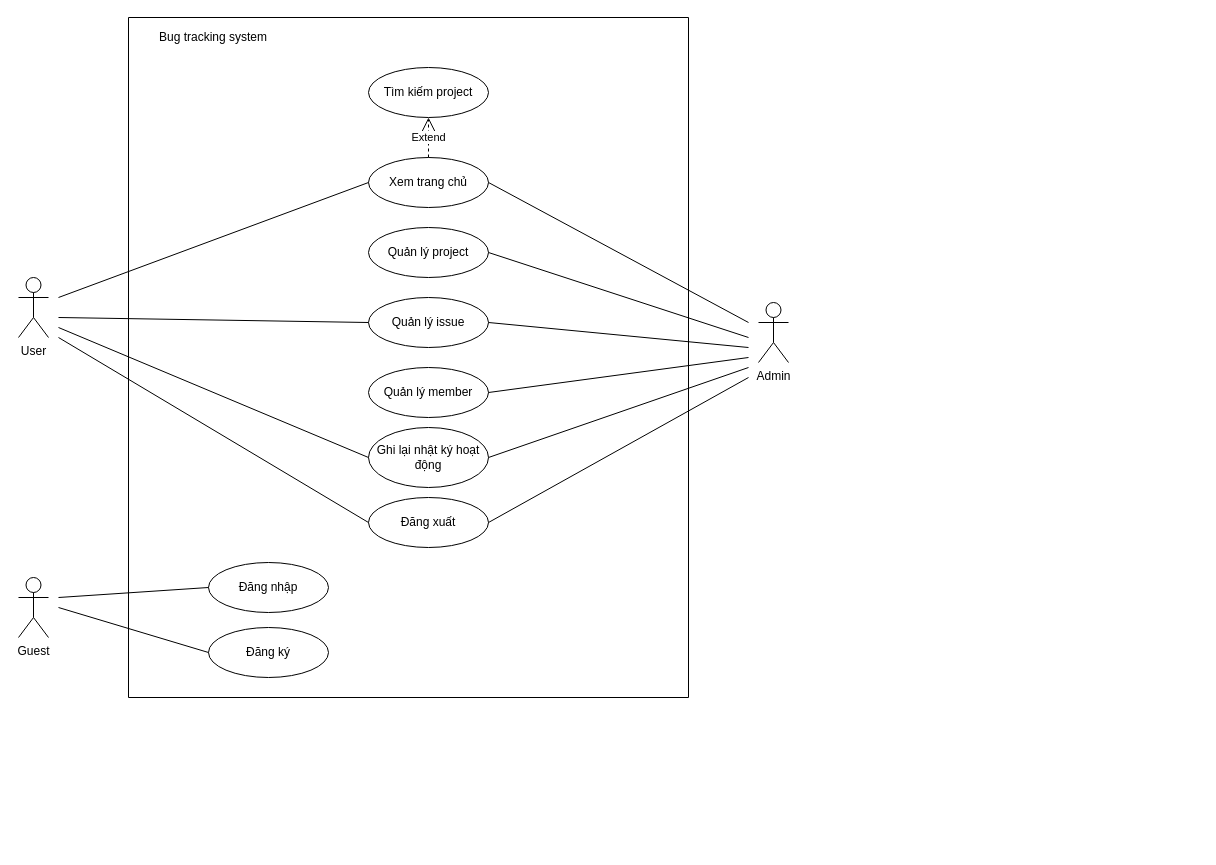
Before: page "Page-1" (1 of 4) of Untitled Diagram.drawio in NightFury712/Demo-Project-2, a draw.io diagram. Source tidied: cells renumbered, new cells numbered last; positions are measured from the earlier drawing's top-left corner, leaving out a move shared by most shapes. Both pictures are drawn from the tidied source at 100%, with x=0, y=0 at pixel (18, 17).
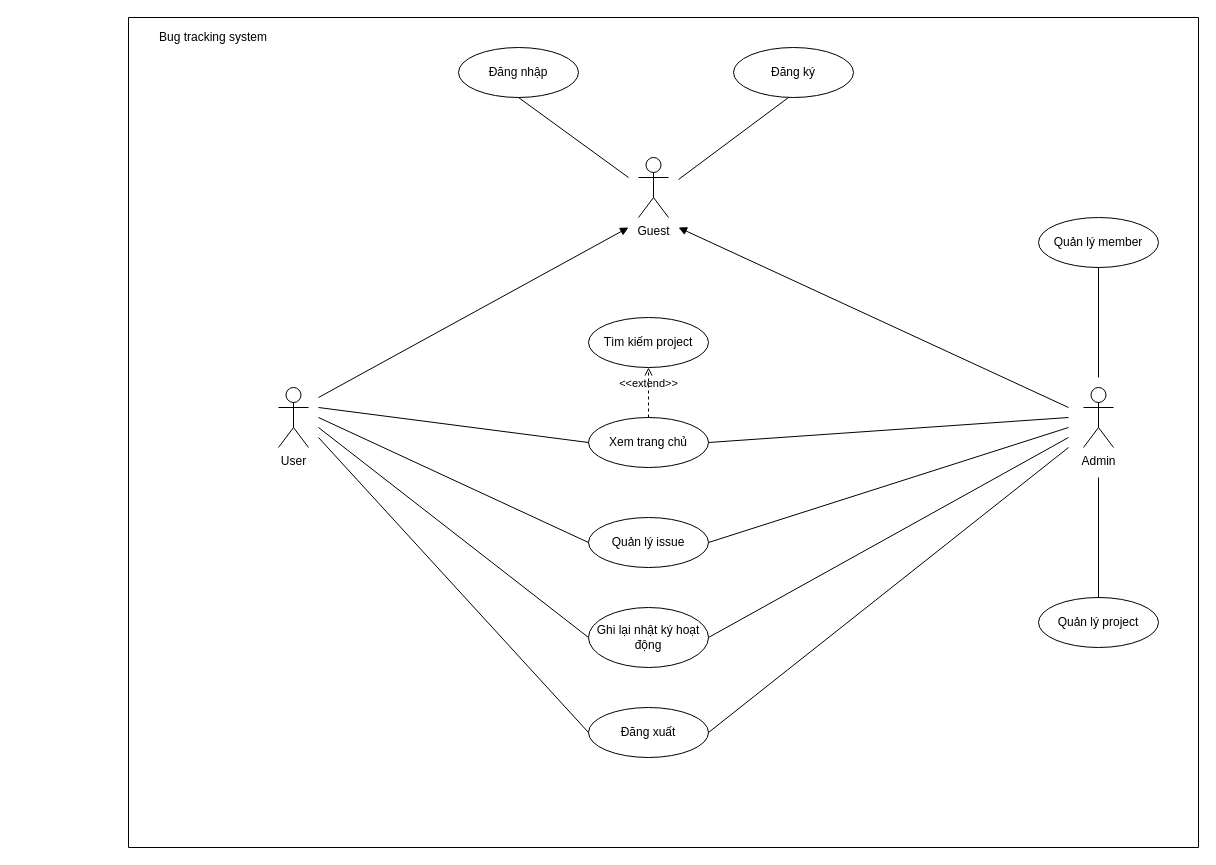
Above is the later version.

Change to the diagram source:
```diff
@@
-    <mxCell id="2" value="Guest" style="shape=umlActor;verticalLabelPosition=bottom;verticalAlign=top;html=1;" parent="1" vertex="1">
-      <mxGeometry y="560" width="30" height="60" as="geometry" />
-    </mxCell>
     <mxCell id="3" style="swimlane;startSize=0;" parent="1" vertex="1">
-      <mxGeometry x="110" width="560" height="680" as="geometry" />
+      <mxGeometry x="110" width="1070" height="830" as="geometry" />
     </mxCell>
     <mxCell id="4" value="Đăng ký" style="ellipse;whiteSpace=wrap;html=1;" parent="3" vertex="1">
-      <mxGeometry x="80" y="610" width="120" height="50" as="geometry" />
+      <mxGeometry x="605" y="30" width="120" height="50" as="geometry" />
     </mxCell>
     <mxCell id="5" value="Đăng nhập" style="ellipse;whiteSpace=wrap;html=1;" parent="3" vertex="1">
-      <mxGeometry x="80" y="545" width="120" height="50" as="geometry" />
+      <mxGeometry x="330" y="30" width="120" height="50" as="geometry" />
     </mxCell>
     <mxCell id="6" value="Quản lý project" style="ellipse;whiteSpace=wrap;html=1;" parent="3" vertex="1">
-      <mxGeometry x="240" y="210" width="120" height="50" as="geometry" />
+      <mxGeometry x="910" y="580" width="120" height="50" as="geometry" />
     </mxCell>
     <mxCell id="7" value="Quản lý issue" style="ellipse;whiteSpace=wrap;html=1;" parent="3" vertex="1">
-      <mxGeometry x="240" y="280" width="120" height="50" as="geometry" />
+      <mxGeometry x="460" y="500" width="120" height="50" as="geometry" />
     </mxCell>
     <mxCell id="8" value="Quản lý member" style="ellipse;whiteSpace=wrap;html=1;" parent="3" vertex="1">
-      <mxGeometry x="240" y="350" width="120" height="50" as="geometry" />
+      <mxGeometry x="910" y="200" width="120" height="50" as="geometry" />
     </mxCell>
     <mxCell id="9" value="Tìm kiếm project" style="ellipse;whiteSpace=wrap;html=1;" parent="3" vertex="1">
-      <mxGeometry x="240" y="50" width="120" height="50" as="geometry" />
+      <mxGeometry x="460" y="300" width="120" height="50" as="geometry" />
     </mxCell>
     <mxCell id="10" value="Xem trang chủ" style="ellipse;whiteSpace=wrap;html=1;" parent="3" vertex="1">
-      <mxGeometry x="240" y="140" width="120" height="50" as="geometry" />
+      <mxGeometry x="460" y="400" width="120" height="50" as="geometry" />
     </mxCell>
-    <mxCell id="11" value="Extend" style="endArrow=open;endSize=12;dashed=1;html=1;entryX=0.5;entryY=1;entryDx=0;entryDy=0;" parent="3" edge="1" source="10" target="9">
-      <mxGeometry relative="1" as="geometry" />
-    </mxCell>
-    <mxCell id="12" style="endArrow=none;html=1;exitX=1;exitY=0.5;exitDx=0;exitDy=0;" parent="3" edge="1" source="6">
-      <mxGeometry relative="1" as="geometry">
-        <mxPoint x="620" y="320" as="targetPoint" />
-      </mxGeometry>
-    </mxCell>
-    <mxCell id="13" style="endArrow=none;html=1;exitX=1;exitY=0.5;exitDx=0;exitDy=0;" parent="3" edge="1" source="8">
-      <mxGeometry relative="1" as="geometry">
-        <mxPoint x="620" y="340" as="targetPoint" />
-      </mxGeometry>
-    </mxCell>
     <mxCell id="14" value="Đăng xuất" style="ellipse;whiteSpace=wrap;html=1;" parent="3" vertex="1">
-      <mxGeometry x="240" y="480" width="120" height="50" as="geometry" />
+      <mxGeometry x="460" y="690" width="120" height="50" as="geometry" />
     </mxCell>
-    <mxCell id="15" style="endArrow=none;html=1;exitX=1;exitY=0.5;exitDx=0;exitDy=0;" parent="3" edge="1" source="14">
-      <mxGeometry relative="1" as="geometry">
-        <mxPoint x="620" y="360" as="targetPoint" />
-      </mxGeometry>
-    </mxCell>
-    <mxCell id="16" style="endArrow=none;html=1;entryX=0;entryY=0.5;entryDx=0;entryDy=0;" parent="3" edge="1" target="14">
-      <mxGeometry relative="1" as="geometry">
-        <mxPoint x="-70" y="320" as="sourcePoint" />
-      </mxGeometry>
-    </mxCell>
@@
     <mxCell id="18" value="Ghi lại nhật ký hoạt động" style="ellipse;whiteSpace=wrap;html=1;" parent="3" vertex="1">
-      <mxGeometry x="240" y="410" width="120" height="60" as="geometry" />
+      <mxGeometry x="460" y="590" width="120" height="60" as="geometry" />
     </mxCell>
-    <mxCell id="19" style="endArrow=none;html=1;entryX=0;entryY=0.5;entryDx=0;entryDy=0;" parent="3" edge="1" target="18">
-      <mxGeometry relative="1" as="geometry">
-        <mxPoint x="-70" y="310" as="sourcePoint" />
-      </mxGeometry>
-    </mxCell>
-    <mxCell id="20" value="User" style="shape=umlActor;verticalLabelPosition=bottom;verticalAlign=top;html=1;" parent="1" vertex="1">
-      <mxGeometry y="260" width="30" height="60" as="geometry" />
+    <mxCell id="20" value="User" style="shape=umlActor;verticalLabelPosition=bottom;verticalAlign=top;html=1;" parent="3" vertex="1">
+      <mxGeometry x="150" y="370" width="30" height="60" as="geometry" />
     </mxCell>
+    <mxCell id="2" value="Guest" style="shape=umlActor;verticalLabelPosition=bottom;verticalAlign=top;html=1;" parent="3" vertex="1">
+      <mxGeometry x="510" y="140" width="30" height="60" as="geometry" />
+    </mxCell>
-    <mxCell id="21" value="Admin" style="shape=umlActor;verticalLabelPosition=bottom;verticalAlign=top;html=1;" parent="1" vertex="1">
-      <mxGeometry x="740" y="285" width="30" height="60" as="geometry" />
+    <mxCell id="21" value="Admin" style="shape=umlActor;verticalLabelPosition=bottom;verticalAlign=top;html=1;" parent="3" vertex="1">
+      <mxGeometry x="955" y="370" width="30" height="60" as="geometry" />
     </mxCell>
-    <mxCell id="22" style="endArrow=none;html=1;entryX=0;entryY=0.5;entryDx=0;entryDy=0;" parent="1" edge="1" target="5">
-      <mxGeometry relative="1" as="geometry">
-        <mxPoint x="40" y="580" as="sourcePoint" />
-      </mxGeometry>
-    </mxCell>
-    <mxCell id="23" style="endArrow=none;html=1;entryX=0;entryY=0.5;entryDx=0;entryDy=0;" parent="1" edge="1" target="4">
-      <mxGeometry relative="1" as="geometry">
-        <mxPoint x="40" y="590" as="sourcePoint" />
-      </mxGeometry>
-    </mxCell>
-    <mxCell id="24" style="endArrow=none;html=1;entryX=0;entryY=0.5;entryDx=0;entryDy=0;" parent="1" edge="1" target="7">
-      <mxGeometry relative="1" as="geometry">
-        <mxPoint x="40" y="300" as="sourcePoint" />
-      </mxGeometry>
-    </mxCell>
-    <mxCell id="25" style="endArrow=none;html=1;entryX=0;entryY=0.5;entryDx=0;entryDy=0;" parent="1" edge="1" target="10">
-      <mxGeometry relative="1" as="geometry">
-        <mxPoint x="40" y="280" as="sourcePoint" />
-      </mxGeometry>
-    </mxCell>
-    <mxCell id="26" style="endArrow=none;html=1;exitX=1;exitY=0.5;exitDx=0;exitDy=0;" parent="1" edge="1" source="10">
-      <mxGeometry relative="1" as="geometry">
-        <mxPoint x="730" y="305" as="targetPoint" />
-      </mxGeometry>
-    </mxCell>
-    <mxCell id="27" style="endArrow=none;html=1;entryX=1;entryY=0.5;entryDx=0;entryDy=0;" parent="1" edge="1" target="7">
-      <mxGeometry relative="1" as="geometry">
-        <mxPoint x="730" y="330" as="sourcePoint" />
-      </mxGeometry>
-    </mxCell>
-    <mxCell id="28" style="endArrow=none;html=1;exitX=1;exitY=0.5;exitDx=0;exitDy=0;" parent="1" edge="1" source="18">
-      <mxGeometry relative="1" as="geometry">
-        <mxPoint x="730" y="350" as="targetPoint" />
-      </mxGeometry>
-    </mxCell>
+    <mxCell id="11" value="&amp;lt;&amp;lt;extend&amp;gt;&amp;gt;" style="html=1;verticalAlign=bottom;labelBackgroundColor=none;endArrow=open;endFill=0;dashed=1;entryX=0.5;entryY=1;entryDx=0;entryDy=0;" parent="3" edge="1" source="10" target="9">
+      <mxGeometry relative="1" as="geometry" />
+    </mxCell>
+    <mxCell id="29" style="html=1;verticalAlign=bottom;labelBackgroundColor=none;endArrow=block;endFill=1;" parent="3" edge="1">
+      <mxGeometry relative="1" as="geometry">
+        <mxPoint x="190" y="380" as="sourcePoint" />
+        <mxPoint x="500" y="210" as="targetPoint" />
+      </mxGeometry>
+    </mxCell>
+    <mxCell id="30" style="endArrow=none;html=1;entryX=0;entryY=0.5;entryDx=0;entryDy=0;" parent="3" edge="1" target="10">
+      <mxGeometry relative="1" as="geometry">
+        <mxPoint x="190" y="390" as="sourcePoint" />
+      </mxGeometry>
+    </mxCell>
+    <mxCell id="31" style="endArrow=none;html=1;entryX=0;entryY=0.5;entryDx=0;entryDy=0;" parent="3" edge="1" target="14">
+      <mxGeometry relative="1" as="geometry">
+        <mxPoint x="190" y="420" as="sourcePoint" />
+      </mxGeometry>
+    </mxCell>
+    <mxCell id="32" style="endArrow=none;html=1;exitX=0.5;exitY=1;exitDx=0;exitDy=0;" parent="3" edge="1" source="5">
+      <mxGeometry relative="1" as="geometry">
+        <mxPoint x="500" y="160" as="targetPoint" />
+      </mxGeometry>
+    </mxCell>
+    <mxCell id="33" style="endArrow=none;html=1;" parent="3" edge="1">
+      <mxGeometry relative="1" as="geometry">
+        <mxPoint x="550" y="162" as="sourcePoint" />
+        <mxPoint x="660" y="80" as="targetPoint" />
+      </mxGeometry>
+    </mxCell>
+    <mxCell id="34" style="endArrow=none;html=1;exitX=1;exitY=0.5;exitDx=0;exitDy=0;" parent="3" edge="1" source="18">
+      <mxGeometry relative="1" as="geometry">
+        <mxPoint x="940" y="420" as="targetPoint" />
+      </mxGeometry>
+    </mxCell>
+    <mxCell id="35" style="endArrow=none;html=1;exitX=1;exitY=0.5;exitDx=0;exitDy=0;" parent="3" edge="1" source="14">
+      <mxGeometry relative="1" as="geometry">
+        <mxPoint x="940" y="430" as="targetPoint" />
+      </mxGeometry>
+    </mxCell>
+    <mxCell id="36" style="endArrow=none;html=1;entryX=0.5;entryY=1;entryDx=0;entryDy=0;" parent="3" edge="1" target="8">
+      <mxGeometry relative="1" as="geometry">
+        <mxPoint x="970" y="360" as="sourcePoint" />
+      </mxGeometry>
+    </mxCell>
+    <mxCell id="37" style="endArrow=none;html=1;entryX=0.5;entryY=0;entryDx=0;entryDy=0;" parent="3" edge="1" target="6">
+      <mxGeometry relative="1" as="geometry">
+        <mxPoint x="970" y="460" as="sourcePoint" />
+      </mxGeometry>
+    </mxCell>
+    <mxCell id="38" style="html=1;verticalAlign=bottom;labelBackgroundColor=none;endArrow=block;endFill=1;" parent="3" edge="1">
+      <mxGeometry relative="1" as="geometry">
+        <mxPoint x="940" y="390" as="sourcePoint" />
+        <mxPoint x="550" y="210" as="targetPoint" />
+      </mxGeometry>
+    </mxCell>
+    <mxCell id="39" style="endArrow=none;html=1;entryX=0;entryY=0.5;entryDx=0;entryDy=0;" parent="1" edge="1" target="7">
+      <mxGeometry relative="1" as="geometry">
+        <mxPoint x="300" y="400" as="sourcePoint" />
+      </mxGeometry>
+    </mxCell>
+    <mxCell id="40" style="endArrow=none;html=1;entryX=0;entryY=0.5;entryDx=0;entryDy=0;" parent="1" edge="1" target="18">
+      <mxGeometry relative="1" as="geometry">
+        <mxPoint x="300" y="410" as="sourcePoint" />
+      </mxGeometry>
+    </mxCell>
+    <mxCell id="41" style="endArrow=none;html=1;exitX=1;exitY=0.5;exitDx=0;exitDy=0;" parent="1" edge="1" source="10">
+      <mxGeometry relative="1" as="geometry">
+        <mxPoint x="1050" y="400" as="targetPoint" />
+      </mxGeometry>
+    </mxCell>
+    <mxCell id="42" style="endArrow=none;html=1;exitX=1;exitY=0.5;exitDx=0;exitDy=0;" parent="1" edge="1" source="7">
+      <mxGeometry relative="1" as="geometry">
+        <mxPoint x="1050" y="410" as="targetPoint" />
+      </mxGeometry>
+    </mxCell>
```
